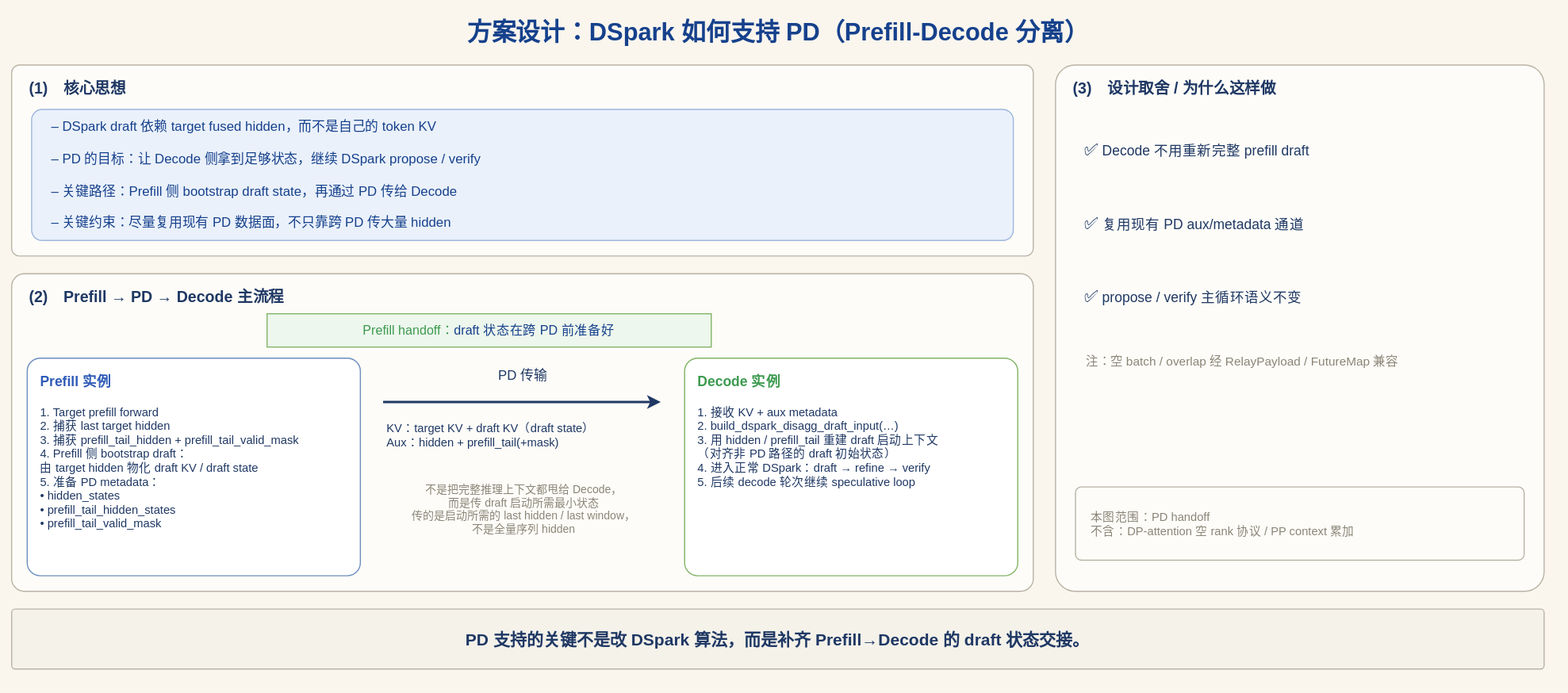
Earlier version of the draw.io export artifacts/dspark-pd-support.svg (learning-sketch/drawio-skill). Source tidied: cells renumbered, new cells last; positions are measured from the earlier drawing's top-left corner, leaving out a move shared by most shapes.
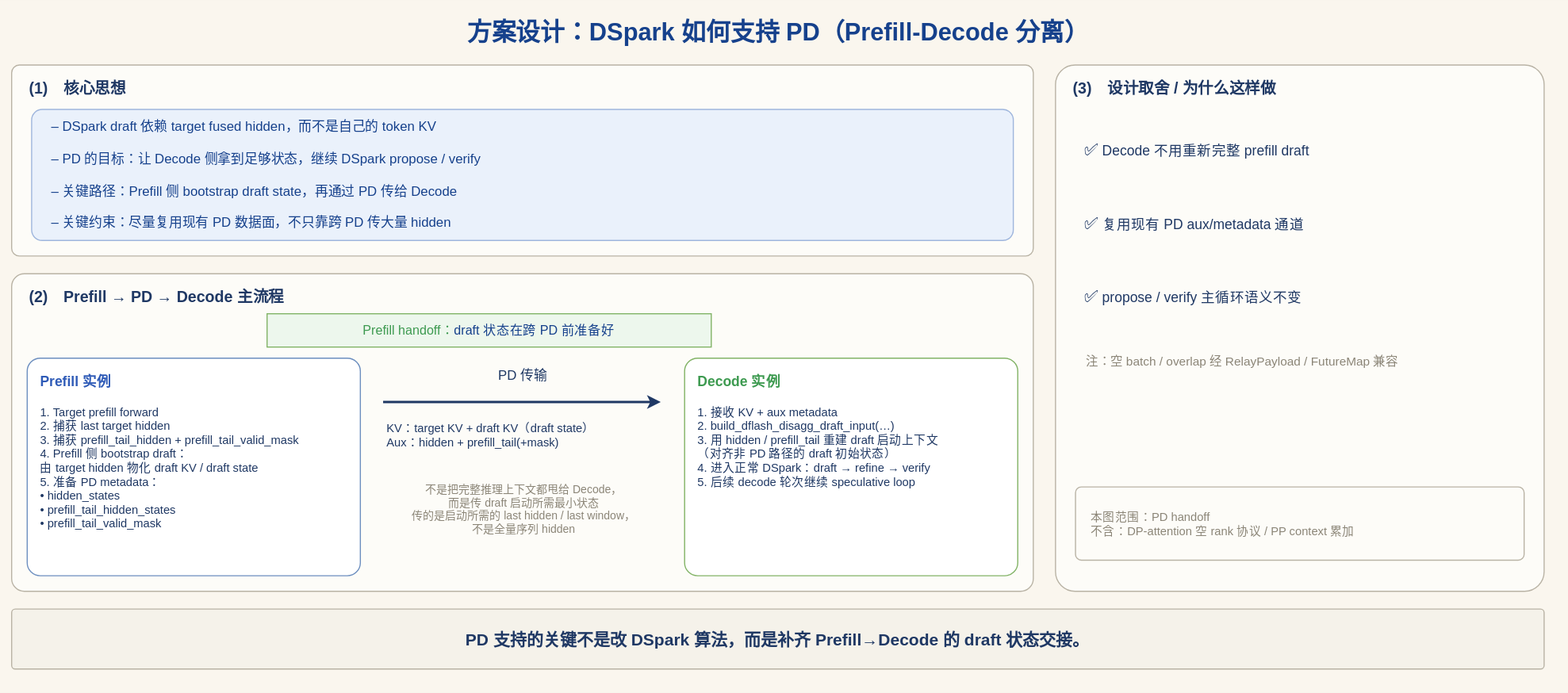
After the change.

What changed in the source:
```diff
@@ -41,7 +41,7 @@
     <mxCell id="13" value="不是把完整推理上下文都甩给 Decode，&#10;而是传 draft 启动所需最小状态&#10;传的是启动所需的 last hidden / last window，&#10;不是全量序列 hidden" style="text;html=1;align=center;verticalAlign=top;fontSize=10;fontColor=#8b8577;" parent="6" vertex="1">
       <mxGeometry x="326" y="182" width="270" height="80" as="geometry" />
     </mxCell>
-    <mxCell id="14" value="&lt;b&gt;&lt;font color=&quot;#3d9a50&quot; style=&quot;font-size:12.5px&quot;&gt;Decode 实例&lt;/font&gt;&lt;/b&gt;&lt;br&gt;&lt;br&gt;1.  接收 KV + aux metadata&lt;br&gt;2.  build_dspark_disagg_draft_input(…)&lt;br&gt;3.  用 hidden / prefill_tail 重建 draft 启动上下文&lt;br&gt;     （对齐非 PD 路径的 draft 初始状态）&lt;br&gt;4.  进入正常 DSpark：draft → refine → verify&lt;br&gt;5.  后续 decode 轮次继续 speculative loop" style="rounded=1;arcSize=6;whiteSpace=wrap;html=1;fillColor=#ffffff;strokeColor=#82b366;fontSize=10.5;fontColor=#1f3864;align=left;verticalAlign=top;spacingLeft=10;spacingTop=8;spacingRight=6;" parent="6" vertex="1">
+    <mxCell id="14" value="&lt;b&gt;&lt;font color=&quot;#3d9a50&quot; style=&quot;font-size:12.5px&quot;&gt;Decode 实例&lt;/font&gt;&lt;/b&gt;&lt;br&gt;&lt;br&gt;1.  接收 KV + aux metadata&lt;br&gt;2.  build_dflash_disagg_draft_input(…)&lt;br&gt;3.  用 hidden / prefill_tail 重建 draft 启动上下文&lt;br&gt;     （对齐非 PD 路径的 draft 初始状态）&lt;br&gt;4.  进入正常 DSpark：draft → refine → verify&lt;br&gt;5.  后续 decode 轮次继续 speculative loop" style="rounded=1;arcSize=6;whiteSpace=wrap;html=1;fillColor=#ffffff;strokeColor=#82b366;fontSize=10.5;fontColor=#1f3864;align=left;verticalAlign=top;spacingLeft=10;spacingTop=8;spacingRight=6;" parent="6" vertex="1">
       <mxGeometry x="606" y="76" width="300" height="196" as="geometry" />
     </mxCell>
     <mxCell id="15" style="rounded=1;arcSize=4;whiteSpace=wrap;html=1;fillColor=#fdfcf8;strokeColor=#b9b3a5;" parent="1" vertex="1">
```
